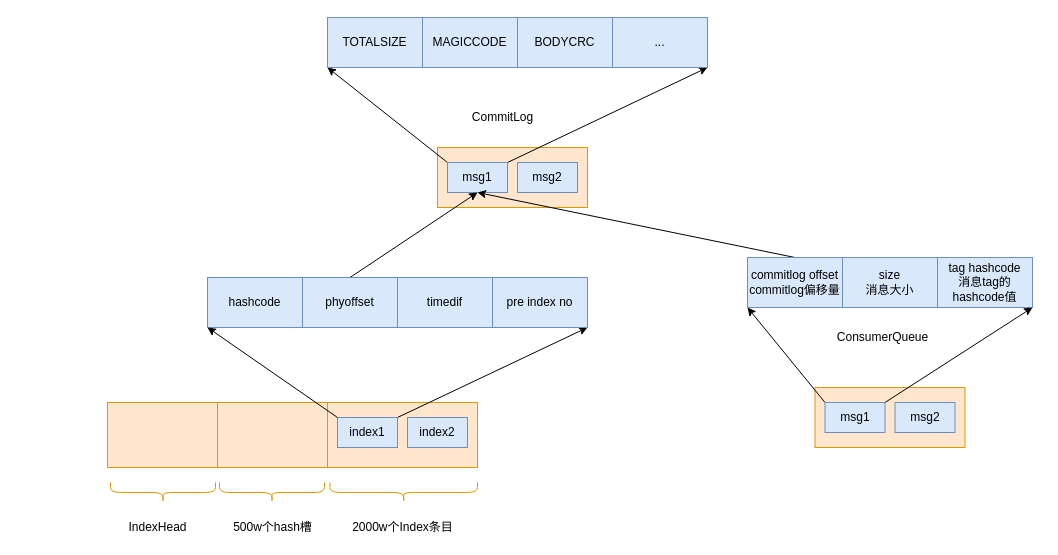
The draw.io diagram rocketmq/消息存储形式.drawio in erlieStar/diagrams, before the edit. Source tidied: cells renumbered, new cells numbered last; positions are measured from the earlier drawing's top-left corner, leaving out a move shared by most shapes. Both pictures are drawn from the tidied source at 100%, with x=0, y=0 at pixel (107, 17).
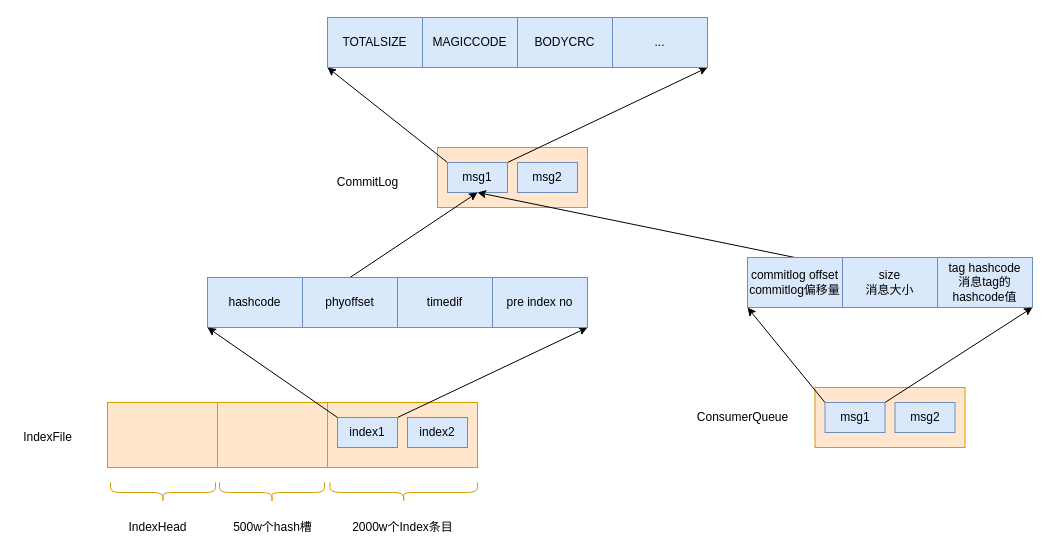
The same diagram, later.

Commit message (it also covers changes not shown here):
Update 消息存储形式.drawio

Diff of the diagram source:
```diff
@@
     <mxCell id="3" value="CommitLog" style="text;html=1;align=center;verticalAlign=middle;strokeColor=none;fillColor=none;" parent="1" vertex="1">
-      <mxGeometry x="355" y="90" width="80" height="20" as="geometry" />
+      <mxGeometry x="220" y="155" width="80" height="20" as="geometry" />
     </mxCell>
@@
     <mxCell id="21" value="ConsumerQueue" style="text;html=1;align=center;verticalAlign=middle;strokeColor=none;fillColor=none;" parent="1" vertex="1">
-      <mxGeometry x="720" y="310" width="110" height="20" as="geometry" />
+      <mxGeometry x="580" y="390" width="110" height="20" as="geometry" />
     </mxCell>
@@
+    <mxCell id="40" value="IndexFile" style="text;html=1;align=center;verticalAlign=middle;strokeColor=none;fillColor=none;" parent="1" vertex="1">
+      <mxGeometry x="-90" y="410" width="60" height="20" as="geometry" />
+    </mxCell>
```
